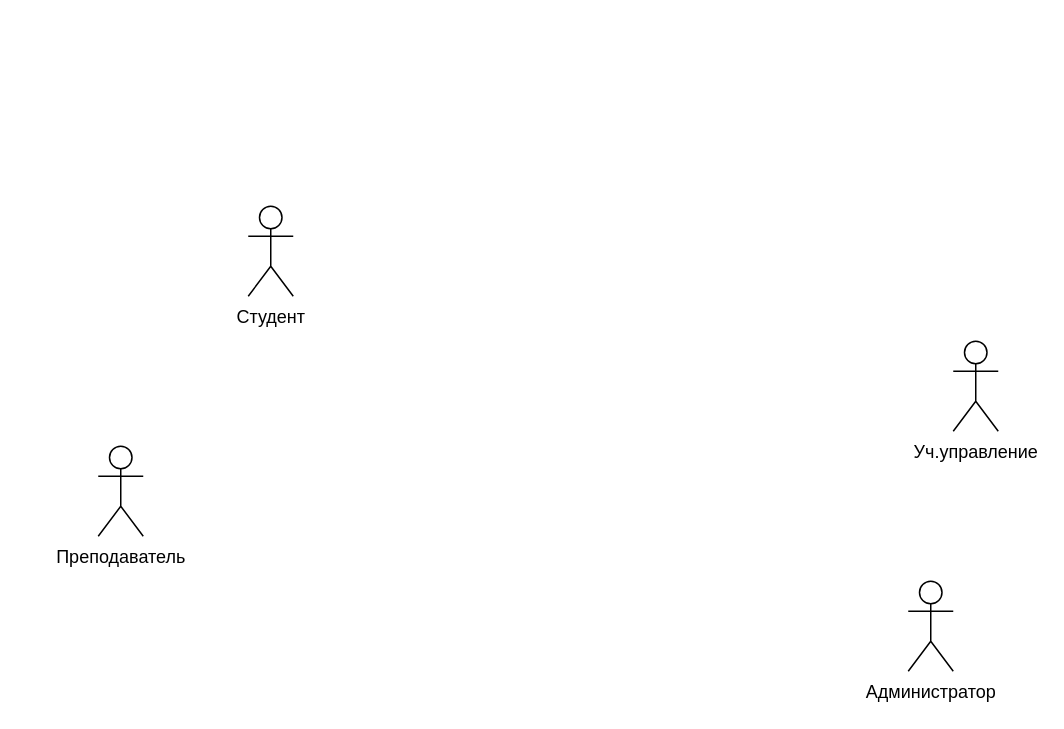
Above: pis2.drawio in danaddi/draw.io (draw.io), before the change. Source tidied: cells renumbered, new cells numbered last; positions are measured from the earlier drawing's top-left corner, leaving out a move shared by most shapes. Both pictures are drawn from the tidied source at 150%, with x=0, y=0 at pixel (98, 206).
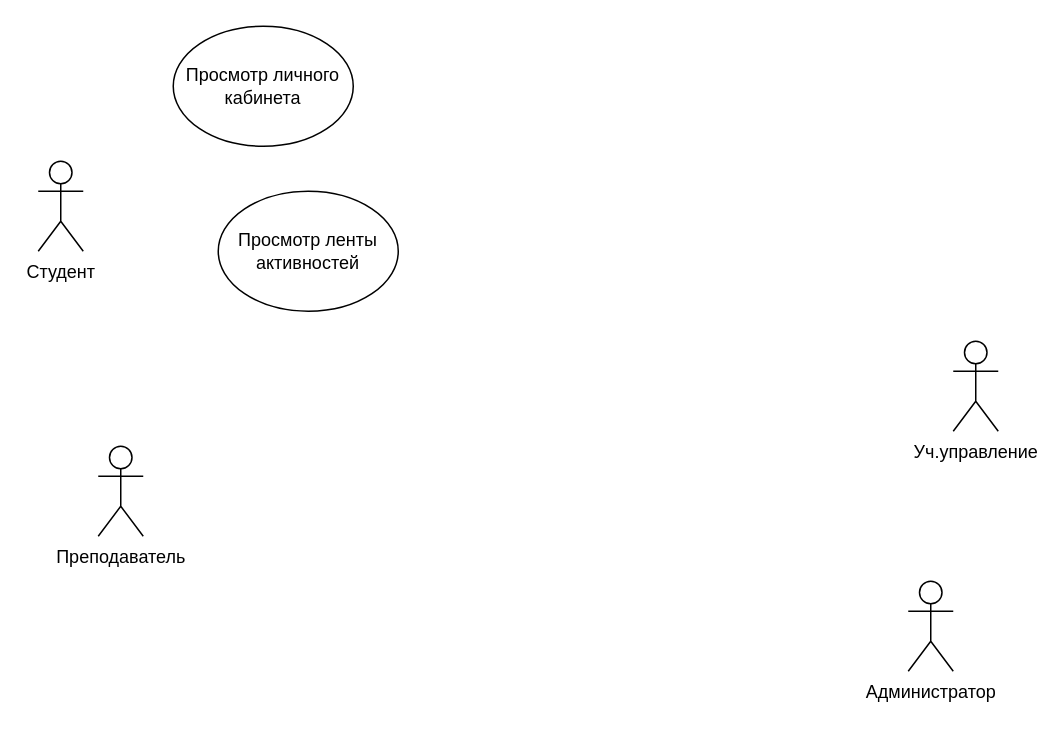
Above is the later version.

The edit, as a diff of the source:
```diff
@@
 <mxGraphModel>
   <root>
     <mxCell id="0" />
     <mxCell id="1" parent="0" />
     <mxCell id="2" value="Студент" style="shape=umlActor;verticalLabelPosition=bottom;verticalAlign=top;html=1;" parent="1" vertex="1">
-      <mxGeometry x="100" width="30" height="60" as="geometry" />
+      <mxGeometry x="-40" y="-30" width="30" height="60" as="geometry" />
     </mxCell>
     <mxCell id="3" value="Преподаватель" style="shape=umlActor;verticalLabelPosition=bottom;verticalAlign=top;html=1;" parent="1" vertex="1">
       <mxGeometry y="160" width="30" height="60" as="geometry" />
     </mxCell>
     <mxCell id="4" value="Уч.управление" style="shape=umlActor;verticalLabelPosition=bottom;verticalAlign=top;html=1;" parent="1" vertex="1">
       <mxGeometry x="570" y="90" width="30" height="60" as="geometry" />
     </mxCell>
     <mxCell id="5" value="Администратор" style="shape=umlActor;verticalLabelPosition=bottom;verticalAlign=top;html=1;" parent="1" vertex="1">
       <mxGeometry x="540" y="250" width="30" height="60" as="geometry" />
     </mxCell>
+    <mxCell id="6" value="Просмотр личного кабинета" style="ellipse;whiteSpace=wrap;html=1;" parent="1" vertex="1">
+      <mxGeometry x="50" y="-120" width="120" height="80" as="geometry" />
+    </mxCell>
+    <mxCell id="7" value="Просмотр ленты активностей" style="ellipse;whiteSpace=wrap;html=1;" parent="1" vertex="1">
+      <mxGeometry x="80" y="-10" width="120" height="80" as="geometry" />
+    </mxCell>
   </root>
 </mxGraphModel>
```
